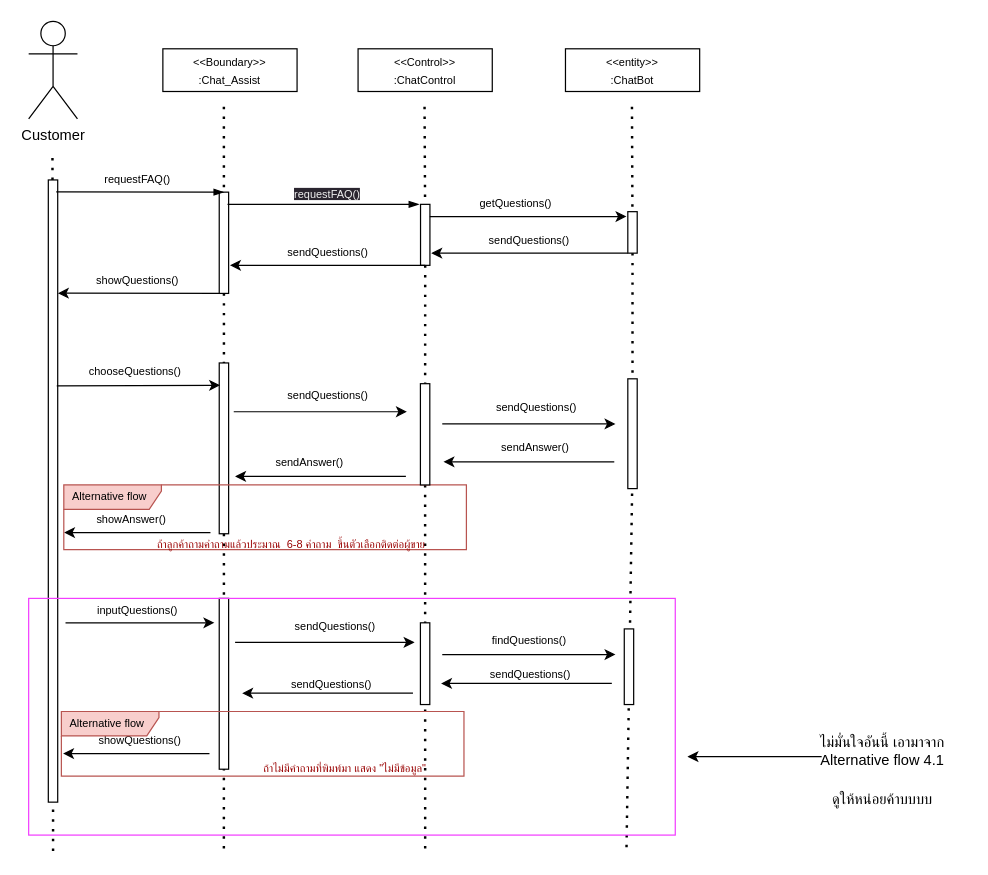
Earlier version of the draw.io diagram page "Page-1" (1 of 2) of Request Durian info and FAQ.drawio (munkeawtoast/isad-diagrams). Source tidied: cells renumbered, new cells numbered last; positions are measured from the earlier drawing's top-left corner, leaving out a move shared by most shapes. Both pictures are drawn from the tidied source at 122%, with x=0, y=0 at pixel (28, 21).
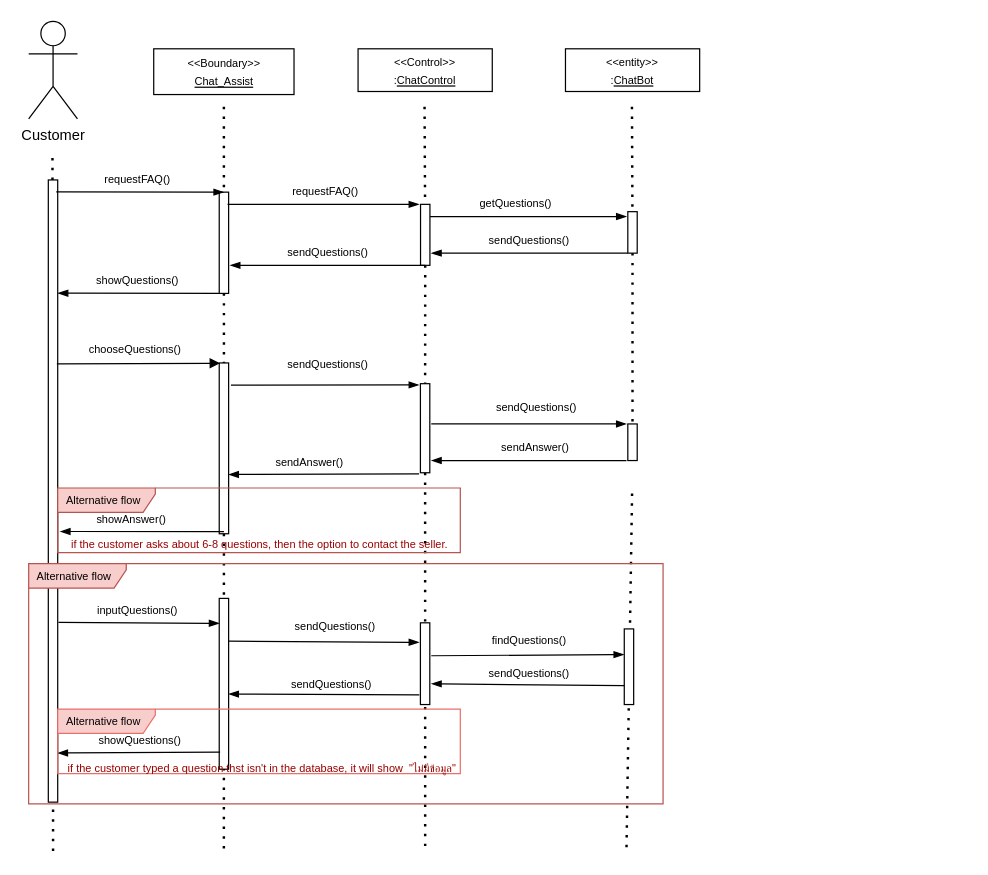
After the change.

The change refers to these unchanged cells:
```xml
<mxCell id="5" style="rounded=0;whiteSpace=wrap;html=1;fontSize=9;" parent="1" vertex="1">
  <mxGeometry x="16.1" y="130" width="7.7" height="510" as="geometry" />
</mxCell>
<mxCell id="14" style="rounded=0;whiteSpace=wrap;html=1;fontSize=9;" parent="1" vertex="1">
  <mxGeometry x="321.2" y="150" width="7.7" height="50" as="geometry" />
</mxCell>
<mxCell id="24" style="rounded=0;whiteSpace=wrap;html=1;fontSize=9;" parent="1" vertex="1">
  <mxGeometry x="156.2" y="140" width="7.7" height="83" as="geometry" />
</mxCell>
<mxCell id="26" style="rounded=0;whiteSpace=wrap;html=1;fontSize=9;" parent="1" vertex="1">
  <mxGeometry x="156.2" y="280" width="7.7" height="140" as="geometry" />
</mxCell>
<mxCell id="42" style="rounded=0;whiteSpace=wrap;html=1;fontSize=9;" parent="1" vertex="1">
  <mxGeometry x="156.2" y="473" width="7.7" height="140" as="geometry" />
</mxCell>
<mxCell id="45" style="rounded=0;whiteSpace=wrap;html=1;fontSize=9;" parent="1" vertex="1">
  <mxGeometry x="321.1" y="493" width="7.7" height="67" as="geometry" />
</mxCell>
<mxCell id="50" style="rounded=0;whiteSpace=wrap;html=1;fontSize=9;" parent="1" vertex="1">
  <mxGeometry x="488.2" y="498" width="7.7" height="62" as="geometry" />
</mxCell>
```

Change to the diagram source:
```diff
@@
-    <mxCell id="6" value="&lt;font style=&quot;font-size: 9px;&quot;&gt;&amp;lt;&amp;lt;Boundary&amp;gt;&amp;gt;&lt;br&gt;:Chat_Assist&lt;br&gt;&lt;/font&gt;" style="rounded=0;whiteSpace=wrap;html=1;" parent="1" vertex="1">
-      <mxGeometry x="110" y="22.5" width="110" height="35" as="geometry" />
+    <mxCell id="6" value="&lt;font style=&quot;font-size: 9px;&quot;&gt;&amp;lt;&amp;lt;Boundary&amp;gt;&amp;gt;&lt;br style=&quot;border-color: var(--border-color);&quot;&gt;&lt;u&gt;Chat_Assist&lt;/u&gt;&lt;br&gt;&lt;/font&gt;" style="rounded=0;whiteSpace=wrap;html=1;" parent="1" vertex="1">
+      <mxGeometry x="102.5" y="22.5" width="115" height="37.5" as="geometry" />
     </mxCell>
-    <mxCell id="7" value="&lt;font style=&quot;font-size: 9px;&quot;&gt;&amp;lt;&amp;lt;Control&amp;gt;&amp;gt;&lt;br&gt;:ChatControl&lt;br&gt;&lt;/font&gt;" style="rounded=0;whiteSpace=wrap;html=1;" parent="1" vertex="1">
+    <mxCell id="7" value="&lt;font style=&quot;font-size: 9px;&quot;&gt;&amp;lt;&amp;lt;Control&amp;gt;&amp;gt;&lt;br&gt;:&lt;u&gt;ChatControl&lt;/u&gt;&lt;br&gt;&lt;/font&gt;" style="rounded=0;whiteSpace=wrap;html=1;" parent="1" vertex="1">
       <mxGeometry x="270" y="22.5" width="110" height="35" as="geometry" />
     </mxCell>
-    <mxCell id="8" value="&lt;font style=&quot;font-size: 9px;&quot;&gt;&amp;lt;&amp;lt;entity&amp;gt;&amp;gt;&lt;br&gt;:ChatBot&lt;/font&gt;" style="rounded=0;whiteSpace=wrap;html=1;" parent="1" vertex="1">
+    <mxCell id="8" value="&lt;font style=&quot;font-size: 9px;&quot;&gt;&amp;lt;&amp;lt;entity&amp;gt;&amp;gt;&lt;br&gt;:&lt;u&gt;ChatBot&lt;/u&gt;&lt;/font&gt;" style="rounded=0;whiteSpace=wrap;html=1;" parent="1" vertex="1">
       <mxGeometry x="440" y="22.5" width="110" height="35" as="geometry" />
     </mxCell>
@@
-    <mxCell id="10" style="endArrow=classic;html=1;verticalAlign=top;" parent="1" edge="1">
+    <mxCell id="10" style="endArrow=blockThin;html=1;verticalAlign=top;endFill=1;" parent="1" edge="1">
       <mxGeometry relative="1" as="geometry">
         <mxPoint x="491.1" y="190" as="sourcePoint" />
         <mxPoint x="330" y="190" as="targetPoint" />
       </mxGeometry>
     </mxCell>
@@
-    <mxCell id="15" style="endArrow=classic;html=1;exitX=0.5;exitY=1;exitDx=0;exitDy=0;" parent="1" edge="1" source="14">
+    <mxCell id="15" style="endArrow=blockThin;html=1;exitX=0.5;exitY=1;exitDx=0;exitDy=0;endFill=1;" parent="1" edge="1" source="14">
       <mxGeometry relative="1" as="geometry">
         <mxPoint x="165" y="200" as="targetPoint" />
       </mxGeometry>
     </mxCell>
-    <mxCell id="16" style="endArrow=classic;html=1;verticalAlign=top;" parent="1" edge="1">
-      <mxGeometry relative="1" as="geometry">
-        <mxPoint x="328.8" y="160" as="sourcePoint" />
-        <mxPoint x="490" y="160" as="targetPoint" />
-      </mxGeometry>
-    </mxCell>
@@
-    <mxCell id="21" style="endArrow=classic;html=1;verticalAlign=top;exitX=0.25;exitY=1;exitDx=0;exitDy=0;entryX=1.021;entryY=0.182;entryDx=0;entryDy=0;entryPerimeter=0;" parent="1" edge="1" source="24" target="5">
+    <mxCell id="21" style="endArrow=blockThin;html=1;verticalAlign=top;exitX=0.25;exitY=1;exitDx=0;exitDy=0;entryX=1.021;entryY=0.182;entryDx=0;entryDy=0;entryPerimeter=0;endFill=1;" parent="1" edge="1" source="24" target="5">
       <mxGeometry relative="1" as="geometry" />
     </mxCell>
@@
-    <mxCell id="27" style="endArrow=classic;html=1;verticalAlign=top;entryX=0.093;entryY=0.131;entryDx=0;entryDy=0;entryPerimeter=0;exitX=0.9;exitY=0.331;exitDx=0;exitDy=0;exitPerimeter=0;" parent="1" edge="1" source="5" target="26">
-      <mxGeometry relative="1" as="geometry" />
+    <mxCell id="27" style="endArrow=block;html=1;verticalAlign=top;entryX=0.093;entryY=0.131;entryDx=0;entryDy=0;entryPerimeter=0;exitX=0.9;exitY=0.331;exitDx=0;exitDy=0;exitPerimeter=0;endFill=1;" parent="1" edge="1">
+      <mxGeometry relative="1" as="geometry">
+        <mxPoint x="23.1" y="280.8" as="sourcePoint" />
+        <mxPoint x="156.9" y="280.3" as="targetPoint" />
+      </mxGeometry>
     </mxCell>
     <mxCell id="28" value="chooseQuestions()" style="text;html=1;align=center;verticalAlign=middle;strokeColor=none;fillColor=none;fontSize=9;" parent="1" vertex="1">
-      <mxGeometry x="37" y="277" width="100" height="20" as="geometry" />
+      <mxGeometry x="37" y="259" width="100" height="20" as="geometry" />
     </mxCell>
-    <mxCell id="29" style="endArrow=classic;html=1;verticalAlign=top;" parent="1" edge="1">
+    <mxCell id="29" style="endArrow=blockThin;html=1;verticalAlign=top;endFill=1;exitX=1.258;exitY=0.308;exitDx=0;exitDy=0;exitPerimeter=0;" parent="1" edge="1">
       <mxGeometry relative="1" as="geometry">
-        <mxPoint x="168.1" y="320" as="sourcePoint" />
-        <mxPoint x="310" y="320" as="targetPoint" />
+        <mxPoint x="165.8" y="298.1" as="sourcePoint" />
+        <mxPoint x="320" y="298" as="targetPoint" />
       </mxGeometry>
     </mxCell>
     <mxCell id="30" value="sendQuestions()" style="text;html=1;align=center;verticalAlign=middle;strokeColor=none;fillColor=none;fontSize=9;" parent="1" vertex="1">
-      <mxGeometry x="200" y="297" width="90" height="20" as="geometry" />
+      <mxGeometry x="200" y="272" width="90" height="20" as="geometry" />
     </mxCell>
-    <mxCell id="31" style="endArrow=classic;html=1;verticalAlign=top;" parent="1" edge="1">
+    <mxCell id="31" style="endArrow=blockThin;html=1;verticalAlign=top;endFill=1;" parent="1" edge="1">
       <mxGeometry relative="1" as="geometry">
-        <mxPoint x="339" y="330" as="sourcePoint" />
-        <mxPoint x="481" y="330" as="targetPoint" />
+        <mxPoint x="330" y="330" as="sourcePoint" />
+        <mxPoint x="490" y="330" as="targetPoint" />
       </mxGeometry>
     </mxCell>
@@
     <mxCell id="34" style="rounded=0;whiteSpace=wrap;html=1;fontSize=9;" parent="1" vertex="1">
-      <mxGeometry x="491.1" y="293" width="7.7" height="90" as="geometry" />
+      <mxGeometry x="491.1" y="330" width="7.7" height="30" as="geometry" />
     </mxCell>
-    <mxCell id="35" style="endArrow=classic;html=1;fontSize=9;" parent="1" edge="1">
+    <mxCell id="35" style="endArrow=blockThin;html=1;fontSize=9;endFill=1;" parent="1" edge="1">
       <mxGeometry relative="1" as="geometry">
-        <mxPoint x="480" y="361" as="sourcePoint" />
-        <mxPoint x="340" y="361" as="targetPoint" />
+        <mxPoint x="490" y="360" as="sourcePoint" />
+        <mxPoint x="330" y="360" as="targetPoint" />
       </mxGeometry>
     </mxCell>
@@
-    <mxCell id="38" style="endArrow=classic;html=1;verticalAlign=top;" parent="1" edge="1">
-      <mxGeometry relative="1" as="geometry">
-        <mxPoint x="149" y="419" as="sourcePoint" />
-        <mxPoint x="29" y="419" as="targetPoint" />
-      </mxGeometry>
+    <mxCell id="38" style="endArrow=blockThin;html=1;verticalAlign=top;entryX=1.258;entryY=0.565;entryDx=0;entryDy=0;entryPerimeter=0;exitX=0.501;exitY=0.987;exitDx=0;exitDy=0;exitPerimeter=0;endFill=1;" parent="1" edge="1" source="26" target="5">
+      <mxGeometry relative="1" as="geometry" />
     </mxCell>
     <mxCell id="39" value="&lt;font style=&quot;font-size: 9px;&quot;&gt;Alternative flow&lt;/font&gt;" style="shape=umlFrame;whiteSpace=wrap;html=1;width=80;height=20;boundedLbl=1;verticalAlign=middle;align=left;spacingLeft=5;strokeWidth=1;fontSize=9;fillColor=#f8cecc;strokeColor=#b85450;" parent="1" vertex="1">
-      <mxGeometry x="28.8" y="380" width="330" height="53" as="geometry" />
+      <mxGeometry x="23.8" y="382.5" width="330" height="53" as="geometry" />
     </mxCell>
@@
-    <mxCell id="41" value="ถ้าลูกค้าถามคำถามแล้วประมาณ&amp;nbsp; 6-8 คำถาม&amp;nbsp; ขึ้นตัวเลือกติดต่อผู้ขาย" style="text;html=1;align=center;verticalAlign=middle;fontSize=9;fontColor=#990000;" parent="1" vertex="1">
-      <mxGeometry x="80" y="419" width="270" height="20" as="geometry" />
+    <mxCell id="41" value="if the customer asks about 6-8 questions, then the option to contact the seller." style="text;html=1;align=center;verticalAlign=middle;fontSize=9;fontColor=#990000;" parent="1" vertex="1">
+      <mxGeometry x="23.8" y="419" width="330" height="20" as="geometry" />
     </mxCell>
@@
-    <mxCell id="43" style="endArrow=classic;html=1;verticalAlign=top;" parent="1" edge="1">
-      <mxGeometry relative="1" as="geometry">
-        <mxPoint x="30.2" y="493" as="sourcePoint" />
-        <mxPoint x="152.2" y="493" as="targetPoint" />
-      </mxGeometry>
+    <mxCell id="43" style="endArrow=blockThin;html=1;verticalAlign=top;entryX=0.003;entryY=0.146;entryDx=0;entryDy=0;entryPerimeter=0;exitX=1.079;exitY=0.711;exitDx=0;exitDy=0;exitPerimeter=0;endFill=1;" parent="1" edge="1" source="5" target="42">
+      <mxGeometry relative="1" as="geometry" />
     </mxCell>
@@
-    <mxCell id="46" style="endArrow=classic;html=1;verticalAlign=top;" parent="1" edge="1">
+    <mxCell id="46" style="endArrow=blockThin;html=1;verticalAlign=top;exitX=1;exitY=0.25;exitDx=0;exitDy=0;endFill=1;" parent="1" edge="1" source="42">
       <mxGeometry relative="1" as="geometry">
-        <mxPoint x="169.2" y="509" as="sourcePoint" />
-        <mxPoint x="316.3" y="509" as="targetPoint" />
+        <mxPoint x="320" y="509" as="targetPoint" />
       </mxGeometry>
     </mxCell>
@@
-    <mxCell id="48" style="endArrow=classic;html=1;verticalAlign=top;" parent="1" edge="1">
+    <mxCell id="48" style="endArrow=blockThin;html=1;verticalAlign=top;entryX=-0.036;entryY=0.339;entryDx=0;entryDy=0;entryPerimeter=0;endFill=1;" parent="1" edge="1" target="50">
       <mxGeometry relative="1" as="geometry">
-        <mxPoint x="339" y="519" as="sourcePoint" />
-        <mxPoint x="481" y="519" as="targetPoint" />
+        <mxPoint x="330" y="520" as="sourcePoint" />
       </mxGeometry>
     </mxCell>
@@
-    <mxCell id="51" style="endArrow=classic;html=1;fontSize=9;" parent="1" edge="1">
+    <mxCell id="51" style="endArrow=blockThin;html=1;fontSize=9;exitX=0;exitY=0.75;exitDx=0;exitDy=0;endFill=1;" parent="1" edge="1" source="50">
       <mxGeometry relative="1" as="geometry">
-        <mxPoint x="478" y="542.7" as="sourcePoint" />
-        <mxPoint x="338" y="542.7" as="targetPoint" />
+        <mxPoint x="330" y="543" as="targetPoint" />
       </mxGeometry>
     </mxCell>
     <mxCell id="52" value="&lt;br&gt;sendQuestions()" style="text;html=1;align=center;verticalAlign=middle;strokeColor=none;fillColor=none;fontSize=9;" parent="1" vertex="1">
-      <mxGeometry x="366" y="510" width="90" height="40" as="geometry" />
+      <mxGeometry x="365" y="509" width="90" height="40" as="geometry" />
     </mxCell>
@@
-    <mxCell id="54" style="endArrow=classic;html=1;verticalAlign=top;" parent="1" edge="1">
-      <mxGeometry relative="1" as="geometry">
-        <mxPoint x="148.2" y="600.2" as="sourcePoint" />
-        <mxPoint x="28.2" y="600.2" as="targetPoint" />
-      </mxGeometry>
+    <mxCell id="54" style="endArrow=blockThin;html=1;verticalAlign=top;endFill=1;entryX=0.989;entryY=0.921;entryDx=0;entryDy=0;entryPerimeter=0;exitX=0.093;exitY=0.9;exitDx=0;exitDy=0;exitPerimeter=0;" parent="1" edge="1" source="42" target="5">
+      <mxGeometry relative="1" as="geometry" />
     </mxCell>
-    <mxCell id="55" value="&lt;font style=&quot;font-size: 9px;&quot;&gt;Alternative flow&lt;/font&gt;" style="shape=umlFrame;whiteSpace=wrap;html=1;width=80;height=20;boundedLbl=1;verticalAlign=middle;align=left;spacingLeft=5;strokeWidth=1;fontSize=9;fillColor=#f8cecc;strokeColor=#b85450;" parent="1" vertex="1">
-      <mxGeometry x="26.8" y="565.7" width="330" height="53" as="geometry" />
+    <mxCell id="55" value="&lt;font style=&quot;font-size: 9px;&quot;&gt;Alternative flow&lt;/font&gt;" style="shape=umlFrame;whiteSpace=wrap;html=1;width=80;height=20;boundedLbl=1;verticalAlign=middle;align=left;spacingLeft=5;strokeWidth=1;fontSize=9;fillColor=#f8cecc;strokeColor=#E8706B;" parent="1" vertex="1">
+      <mxGeometry x="23.8" y="563.7" width="330" height="53" as="geometry" />
     </mxCell>
-    <mxCell id="56" value="ถ้าไม่มีคำถามที่พิมพ์มา แสดง &quot;ไม่มีข้อมูล&quot;" style="text;html=1;align=center;verticalAlign=middle;fontSize=9;fontColor=#990000;" parent="1" vertex="1">
-      <mxGeometry x="169.2" y="602.7" width="180" height="20" as="geometry" />
+    <mxCell id="56" value="if the customer typed a question thst isn't in the database, it will show&amp;nbsp; &quot;ไม่มีข้อมูล&quot;" style="text;html=1;align=center;verticalAlign=middle;fontSize=9;fontColor=#990000;strokeColor=none;" parent="1" vertex="1">
+      <mxGeometry x="16.1" y="602.7" width="350" height="20" as="geometry" />
     </mxCell>
@@
     <mxCell id="58" style="rounded=0;whiteSpace=wrap;html=1;fontSize=9;" parent="1" vertex="1">
-      <mxGeometry x="321.1" y="297" width="7.7" height="83" as="geometry" />
+      <mxGeometry x="321.1" y="297" width="7.7" height="73" as="geometry" />
     </mxCell>
-    <mxCell id="59" style="endArrow=classic;html=1;fontSize=9;" parent="1" edge="1">
+    <mxCell id="59" style="endArrow=blockThin;html=1;fontSize=9;entryX=0.989;entryY=0.653;entryDx=0;entryDy=0;entryPerimeter=0;endFill=1;" parent="1" edge="1" target="26">
       <mxGeometry relative="1" as="geometry">
-        <mxPoint x="309.2" y="373" as="sourcePoint" />
-        <mxPoint x="169.2" y="373" as="targetPoint" />
-        <Array as="points">
-          <mxPoint x="219.2" y="373" />
-        </Array>
+        <mxPoint x="320" y="371" as="sourcePoint" />
       </mxGeometry>
     </mxCell>
-    <mxCell id="60" style="endArrow=classic;html=1;fontSize=9;" parent="1" edge="1">
-      <mxGeometry relative="1" as="geometry">
-        <mxPoint x="315" y="550.7" as="sourcePoint" />
-        <mxPoint x="175" y="550.7" as="targetPoint" />
-      </mxGeometry>
+    <mxCell id="60" style="endArrow=blockThin;html=1;fontSize=9;entryX=0.989;entryY=0.56;entryDx=0;entryDy=0;entryPerimeter=0;exitX=-0.109;exitY=0.882;exitDx=0;exitDy=0;exitPerimeter=0;endFill=1;" parent="1" edge="1" source="45" target="42">
+      <mxGeometry relative="1" as="geometry" />
     </mxCell>
@@
-    <mxCell id="62" style="fontSize=12;html=1;endArrow=blockThin;endFill=1;entryX=0.5;entryY=0;entryDx=0;entryDy=0;exitX=0.847;exitY=0.019;exitDx=0;exitDy=0;exitPerimeter=0;" parent="1" edge="1" source="5" target="24">
-      <mxGeometry relative="1" as="geometry" />
+    <mxCell id="62" style="fontSize=12;html=1;endArrow=blockThin;endFill=1;exitX=0.847;exitY=0.019;exitDx=0;exitDy=0;exitPerimeter=0;" parent="1" edge="1" source="5">
+      <mxGeometry relative="1" as="geometry">
+        <mxPoint x="160" y="140" as="targetPoint" />
+      </mxGeometry>
     </mxCell>
@@
-    <mxCell id="65" style="rounded=0;whiteSpace=wrap;html=1;fillColor=none;strokeColor=#F23DFF;" parent="1" vertex="1">
-      <mxGeometry y="473" width="530" height="194" as="geometry" />
-    </mxCell>
+    <mxCell id="67" value="sendAnswer()" style="text;html=1;align=center;verticalAlign=middle;strokeColor=none;fillColor=none;fontSize=9;" parent="1" vertex="1">
+      <mxGeometry x="190" y="352" width="80" height="20" as="geometry" />
+    </mxCell>
-    <mxCell id="66" value="&lt;span style=&quot;color: rgb(240, 240, 240); font-family: Helvetica; font-size: 9px; font-style: normal; font-variant-ligatures: normal; font-variant-caps: normal; font-weight: 400; letter-spacing: normal; orphans: 2; text-align: center; text-indent: 0px; text-transform: none; widows: 2; word-spacing: 0px; -webkit-text-stroke-width: 0px; background-color: rgb(42, 37, 47); text-decoration-thickness: initial; text-decoration-style: initial; text-decoration-color: initial; float: none; display: inline !important;&quot;&gt;requestFAQ()&lt;/span&gt;" style="text;whiteSpace=wrap;html=1;" parent="1" vertex="1">
-      <mxGeometry x="216.2" y="127" width="53.8" height="20" as="geometry" />
+    <mxCell id="66" value="requestFAQ()" style="text;html=1;align=center;verticalAlign=middle;strokeColor=none;fillColor=none;fontSize=9;" parent="1" vertex="1">
+      <mxGeometry x="203" y="130" width="80" height="20" as="geometry" />
     </mxCell>
-    <mxCell id="67" value="sendAnswer()" style="text;html=1;align=center;verticalAlign=middle;strokeColor=none;fillColor=none;fontSize=9;" parent="1" vertex="1">
-      <mxGeometry x="190" y="352" width="80" height="20" as="geometry" />
-    </mxCell>
-    <mxCell id="68" style="endArrow=classic;html=1;" parent="1" edge="1">
-      <mxGeometry relative="1" as="geometry">
-        <mxPoint x="650" y="602.7" as="sourcePoint" />
-        <mxPoint x="540" y="602.7" as="targetPoint" />
-      </mxGeometry>
-    </mxCell>
-    <mxCell id="69" value="ไม่มั่นใจอันนี้ เอามาจาก Alternative flow 4.1" style="text;html=1;strokeColor=none;fillColor=none;align=center;verticalAlign=middle;whiteSpace=wrap;rounded=0;" parent="1" vertex="1">
-      <mxGeometry x="630" y="583" width="140" height="30" as="geometry" />
-    </mxCell>
-    <mxCell id="70" value="ดูให้หน่อยค้าบบบบ" style="text;html=1;strokeColor=none;fillColor=none;align=center;verticalAlign=middle;whiteSpace=wrap;rounded=0;" parent="1" vertex="1">
-      <mxGeometry x="630" y="622.7" width="140" height="30" as="geometry" />
-    </mxCell>
+    <mxCell id="71" style="fontSize=12;html=1;endArrow=blockThin;endFill=1;" parent="1" edge="1">
+      <mxGeometry relative="1" as="geometry">
+        <mxPoint x="329" y="160" as="sourcePoint" />
+        <mxPoint x="490" y="160" as="targetPoint" />
+      </mxGeometry>
+    </mxCell>
+    <mxCell id="72" value="&lt;font style=&quot;font-size: 9px;&quot;&gt;Alternative flow&lt;/font&gt;" style="shape=umlFrame;whiteSpace=wrap;html=1;width=80;height=20;boundedLbl=1;verticalAlign=middle;align=left;spacingLeft=5;strokeWidth=1;fontSize=9;fillColor=#f8cecc;strokeColor=#b85450;" parent="1" vertex="1">
+      <mxGeometry y="444.5" width="520" height="197" as="geometry" />
+    </mxCell>
```
